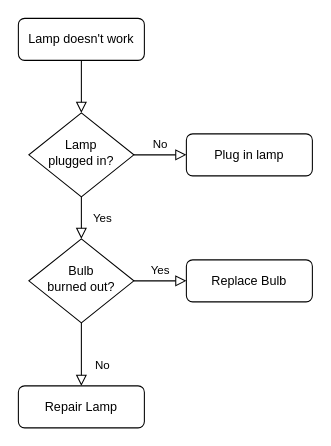
The draw.io diagram diagrams.drawio in ikartik2001/CDAC-PYTHON-WITH-AI, before the edit. Source tidied: cells renumbered, new cells numbered last; positions are measured from the earlier drawing's top-left corner, leaving out a move shared by most shapes. Both pictures are drawn from the tidied source at 105%, with x=0, y=0 at pixel (18, 18).
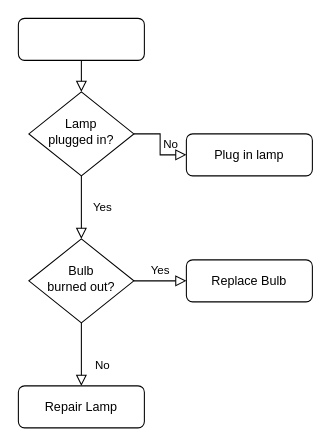
After the change.

Diff of the diagram source:
```diff
@@
 <mxGraphModel>
   <root>
     <mxCell id="0" />
     <mxCell id="1" parent="0" />
     <mxCell id="2" style="rounded=0;html=1;jettySize=auto;fontSize=11;endArrow=block;endFill=0;endSize=8;strokeWidth=1;shadow=0;labelBackgroundColor=none;edgeStyle=orthogonalEdgeStyle;" parent="1" edge="1" source="3" target="6">
       <mxGeometry relative="1" as="geometry" />
     </mxCell>
-    <mxCell id="3" value="Lamp doesn't work" style="rounded=1;whiteSpace=wrap;html=1;fontSize=12;glass=0;strokeWidth=1;shadow=0;" parent="1" vertex="1">
+    <mxCell id="3" style="rounded=1;whiteSpace=wrap;html=1;fontSize=12;glass=0;strokeWidth=1;shadow=0;" parent="1" vertex="1">
       <mxGeometry width="120" height="40" as="geometry" />
     </mxCell>
     <mxCell id="4" value="Yes" style="rounded=0;html=1;jettySize=auto;fontSize=11;endArrow=block;endFill=0;endSize=8;strokeWidth=1;shadow=0;labelBackgroundColor=none;edgeStyle=orthogonalEdgeStyle;" parent="1" edge="1" source="6" target="10">
       <mxGeometry y="20" relative="1" as="geometry" />
     </mxCell>
     <mxCell id="5" value="No" style="edgeStyle=orthogonalEdgeStyle;rounded=0;html=1;jettySize=auto;fontSize=11;endArrow=block;endFill=0;endSize=8;strokeWidth=1;shadow=0;labelBackgroundColor=none;" parent="1" edge="1" source="6" target="7">
       <mxGeometry y="10" relative="1" as="geometry" />
     </mxCell>
     <mxCell id="6" value="Lamp&lt;br&gt;plugged in?" style="rhombus;whiteSpace=wrap;html=1;shadow=0;fontFamily=Helvetica;fontSize=12;align=center;strokeWidth=1;spacing=6;spacingTop=-4;" parent="1" vertex="1">
-      <mxGeometry x="10" y="90" width="100" height="80" as="geometry" />
+      <mxGeometry x="10" y="70" width="100" height="80" as="geometry" />
     </mxCell>
     <mxCell id="7" value="Plug in lamp" style="rounded=1;whiteSpace=wrap;html=1;fontSize=12;glass=0;strokeWidth=1;shadow=0;" parent="1" vertex="1">
       <mxGeometry x="160" y="110" width="120" height="40" as="geometry" />
     </mxCell>
     <mxCell id="8" value="No" style="rounded=0;html=1;jettySize=auto;fontSize=11;endArrow=block;endFill=0;endSize=8;strokeWidth=1;shadow=0;labelBackgroundColor=none;edgeStyle=orthogonalEdgeStyle;" parent="1" edge="1" source="10" target="11">
       <mxGeometry x="0.33" y="20" relative="1" as="geometry" />
     </mxCell>
     <mxCell id="9" value="Yes" style="edgeStyle=orthogonalEdgeStyle;rounded=0;html=1;jettySize=auto;fontSize=11;endArrow=block;endFill=0;endSize=8;strokeWidth=1;shadow=0;labelBackgroundColor=none;" parent="1" edge="1" source="10" target="12">
       <mxGeometry y="10" relative="1" as="geometry" />
     </mxCell>
     <mxCell id="10" value="Bulb&lt;br&gt;burned out?" style="rhombus;whiteSpace=wrap;html=1;shadow=0;fontFamily=Helvetica;fontSize=12;align=center;strokeWidth=1;spacing=6;spacingTop=-4;" parent="1" vertex="1">
       <mxGeometry x="10" y="210" width="100" height="80" as="geometry" />
     </mxCell>
     <mxCell id="11" value="Repair Lamp" style="rounded=1;whiteSpace=wrap;html=1;fontSize=12;glass=0;strokeWidth=1;shadow=0;" parent="1" vertex="1">
       <mxGeometry y="350" width="120" height="40" as="geometry" />
     </mxCell>
     <mxCell id="12" value="Replace Bulb" style="rounded=1;whiteSpace=wrap;html=1;fontSize=12;glass=0;strokeWidth=1;shadow=0;" parent="1" vertex="1">
       <mxGeometry x="160" y="230" width="120" height="40" as="geometry" />
     </mxCell>
   </root>
 </mxGraphModel>
```
